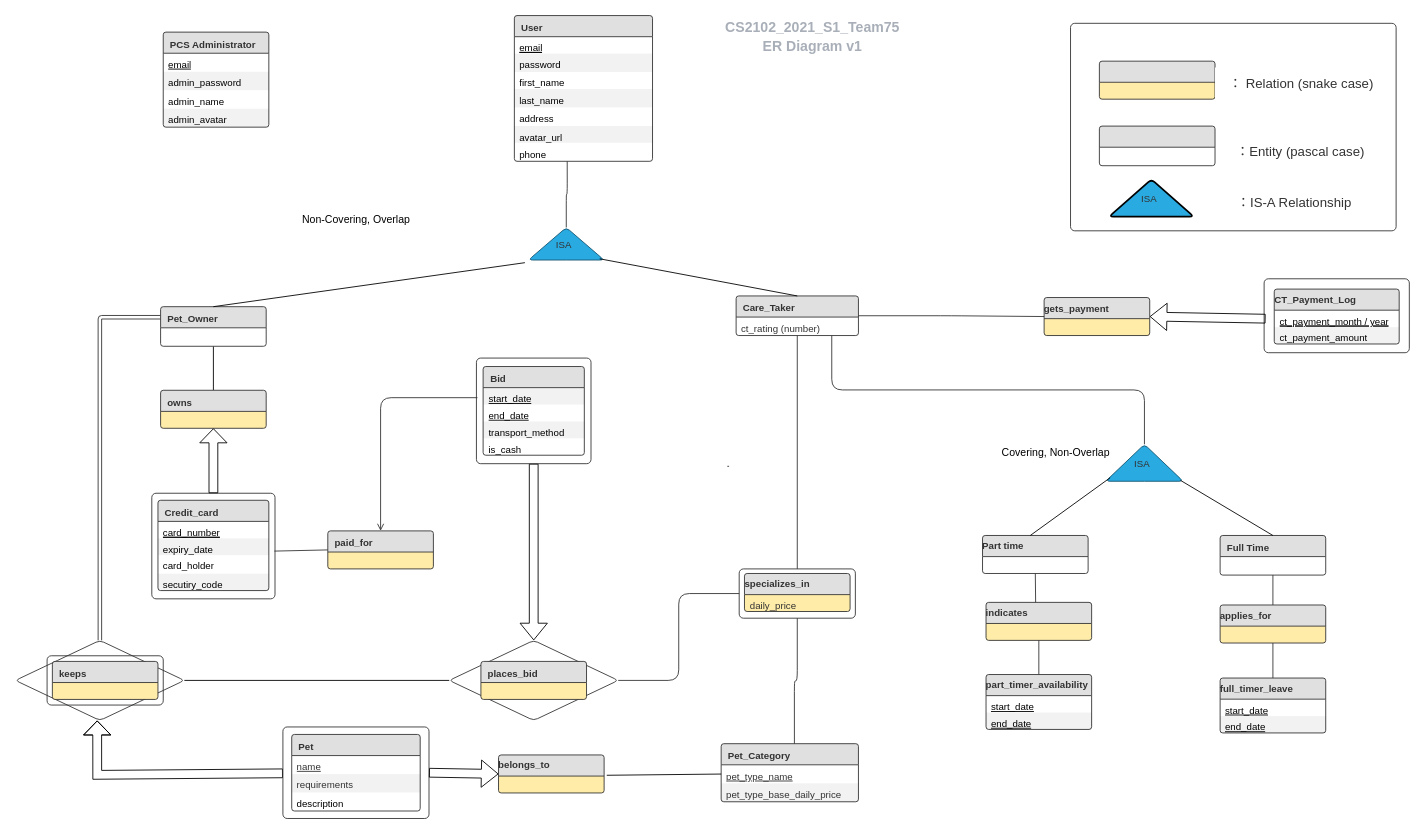
Earlier version of the draw.io diagram er_diagram.drawio (tysg/petpets). Source tidied: cells renumbered, new cells numbered last; positions are measured from the earlier drawing's top-left corner, leaving out a move shared by most shapes. Both pictures are drawn from the tidied source at 88%, with x=0, y=0 at pixel (15, 15).
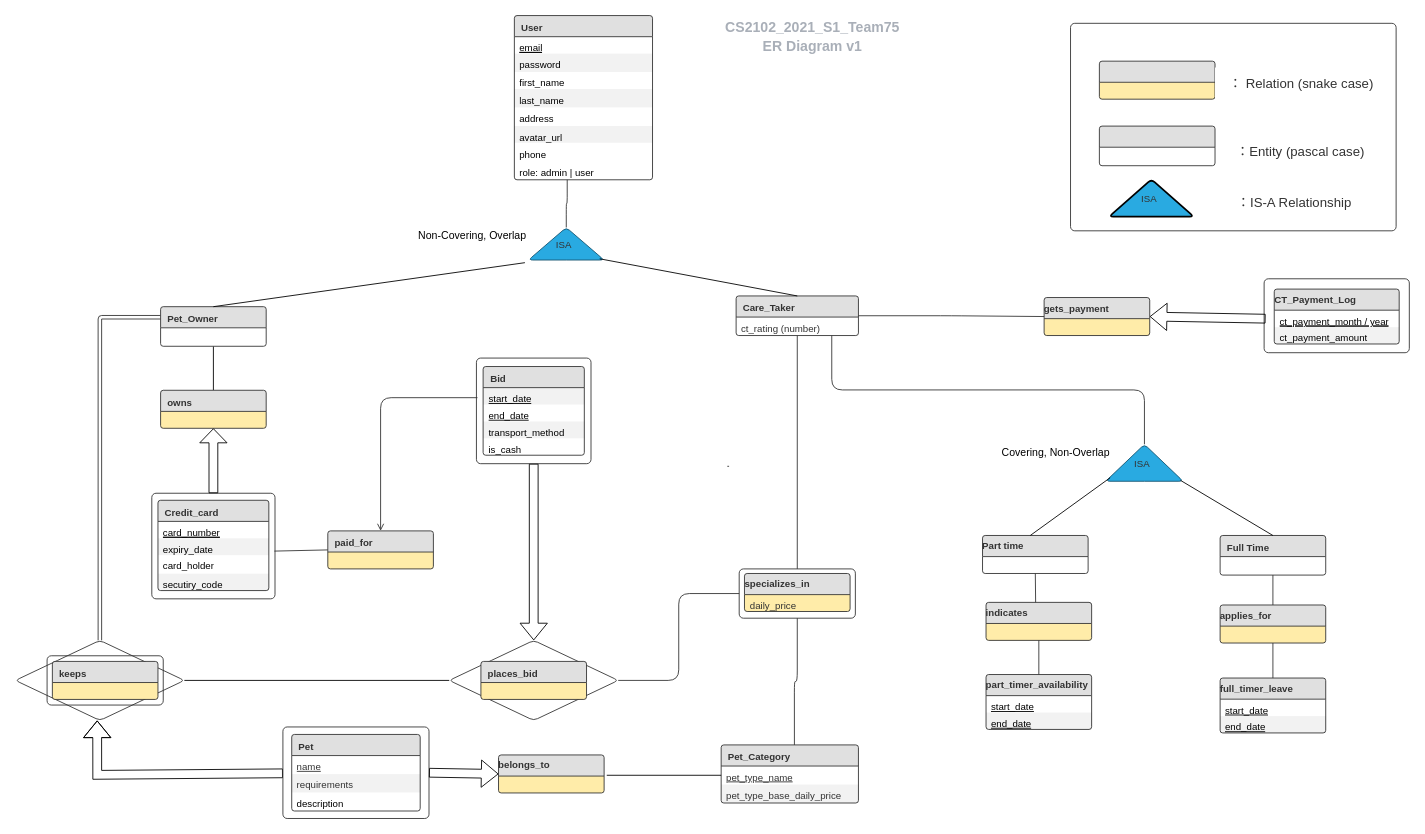
The same diagram, later.

Commit message:
Remove admin entity in ER diagram

The change refers to these unchanged cells:
```xml
<mxCell id="64" style="html=1;whiteSpace=wrap;fontSize=11;spacing=0;strokeColor=#333333;strokeOpacity=100;fillOpacity=0;rounded=1;absoluteArcSize=1;arcSize=9.6;fillColor=#000000;" parent="1" vertex="1">
  <mxGeometry x="304" y="808.6" width="166" height="104" as="geometry" />
</mxCell>
<mxCell id="76" style="html=1;whiteSpace=wrap;shape=rhombus;fontSize=11;spacing=0;strokeColor=#333333;strokeOpacity=100;fillOpacity=0;rounded=1;absoluteArcSize=1;arcSize=9.6;fillColor=#000000;" parent="1" vertex="1">
  <mxGeometry y="710.2" width="192" height="91" as="geometry" />
</mxCell>
```

Diff of the diagram source:
```diff
@@
     <mxCell id="12" value="User" style="html=1;whiteSpace=wrap;swimlane;horizontal=1;swimlaneFillColor=#ffffff;startSize=24;fontSize=11;fontColor=#333333;align=left;spacingLeft=6.72;spacingRight=11.2;spacingTop=3.2;spacing=2;strokeColor=#333333;strokeOpacity=100;fillOpacity=100;rounded=1;absoluteArcSize=1;arcSize=6;fillColor=#ffffff;fillColor=#e0e0e0;" parent="1" vertex="1">
-      <mxGeometry x="567" y="0.2" width="157" height="165.6" as="geometry" />
+      <mxGeometry x="567" y="0.2" width="157" height="186.6" as="geometry" />
     </mxCell>
@@
+    <mxCell id="116" value="role: admin | user" style="strokeColor=none;align=left;verticalAlign=top;spacingLeft=4;spacingRight=4;overflow=hidden;html=1;swimlaneFillColor=#ffffff;fontSize=11;fontColor=#000000;fillColor=none;strokeOpacity=100;fillOpacity=100;" parent="12" vertex="1">
+      <mxGeometry y="165.6" width="157" height="21" as="geometry" />
+    </mxCell>
@@
     <mxCell id="22" value="Pet_Category" style="html=1;whiteSpace=wrap;swimlane;horizontal=1;swimlaneFillColor=#ffffff;startSize=24;fontSize=11;fontColor=#333333;align=left;spacingLeft=6.72;spacingRight=11.2;spacingTop=3.2;spacing=2;strokeColor=#333333;strokeOpacity=100;fillOpacity=100;rounded=1;absoluteArcSize=1;arcSize=6;fillColor=#ffffff;fillColor=#e0e0e0;" parent="1" vertex="1">
-      <mxGeometry x="802" y="827.6" width="156" height="66" as="geometry" />
+      <mxGeometry x="802" y="829" width="156" height="66" as="geometry" />
     </mxCell>
@@
-    <mxCell id="25" value="PCS Administrator" style="html=1;whiteSpace=wrap;swimlane;horizontal=1;swimlaneFillColor=#ffffff;startSize=24;fontSize=11;fontColor=#333333;align=left;spacingLeft=6.72;spacingRight=11.2;spacingTop=3.2;spacing=2;strokeColor=#333333;strokeOpacity=100;fillOpacity=100;rounded=1;absoluteArcSize=1;arcSize=6;fillColor=#ffffff;fillColor=#e0e0e0;" parent="1" vertex="1">
-      <mxGeometry x="168" y="19" width="120" height="108" as="geometry" />
-    </mxCell>
-    <mxCell id="26" value="email" style="strokeColor=none;align=left;verticalAlign=top;spacingLeft=4;spacingRight=4;overflow=hidden;html=1;swimlaneFillColor=#ffffff;fontSize=11;fontColor=#000000;fontStyle=4;fillColor=none;strokeOpacity=100;fillOpacity=100;" parent="25" vertex="1">
-      <mxGeometry y="24" width="120" height="21" as="geometry" />
-    </mxCell>
-    <mxCell id="27" value="admin_password" style="strokeColor=none;align=left;verticalAlign=top;spacingLeft=4;spacingRight=4;overflow=hidden;html=1;swimlaneFillColor=#ffffff;fontSize=11;fontColor=#000000;fillColor=#000000;opacity=5;" parent="25" vertex="1">
-      <mxGeometry y="45" width="120" height="21" as="geometry" />
-    </mxCell>
-    <mxCell id="28" value="admin_name" style="strokeColor=none;align=left;verticalAlign=top;spacingLeft=4;spacingRight=4;overflow=hidden;html=1;swimlaneFillColor=#ffffff;fontSize=11;fontColor=#000000;fillColor=none;strokeOpacity=100;fillOpacity=100;" parent="25" vertex="1">
-      <mxGeometry y="66" width="120" height="21" as="geometry" />
-    </mxCell>
-    <mxCell id="29" value="admin_avatar" style="strokeColor=none;align=left;verticalAlign=top;spacingLeft=4;spacingRight=4;overflow=hidden;html=1;swimlaneFillColor=#ffffff;fontSize=11;fontColor=#000000;fillColor=#000000;opacity=5;" parent="25" vertex="1">
-      <mxGeometry y="87" width="120" height="21" as="geometry" />
-    </mxCell>
@@
-    <mxCell id="63" style="edgeStyle=none;shape=flexArrow;rounded=0;jettySize=auto;html=1;startSize=5;endArrow=classic;endFill=1;endSize=5;entryX=0.484;entryY=1;entryDx=0;entryDy=0;entryPerimeter=0;" parent="1" edge="1" source="64" target="76">
+    <mxCell id="63" style="edgeStyle=none;shape=flexArrow;rounded=0;jettySize=auto;html=1;endArrow=classic;endFill=1;entryX=0.484;entryY=1;entryDx=0;entryDy=0;entryPerimeter=0;" parent="1" edge="1" source="64" target="76">
       <mxGeometry relative="1" as="geometry">
         <Array as="points">
           <mxPoint x="93" y="863" />
         </Array>
       </mxGeometry>
     </mxCell>
@@
     <mxCell id="115" value="Non-Covering, Overlap" style="text;html=1;align=center;verticalAlign=middle;" parent="1" vertex="1">
-      <mxGeometry x="317" y="221.5" width="140" height="20" as="geometry" />
+      <mxGeometry x="449" y="241" width="140" height="20" as="geometry" />
     </mxCell>
```
